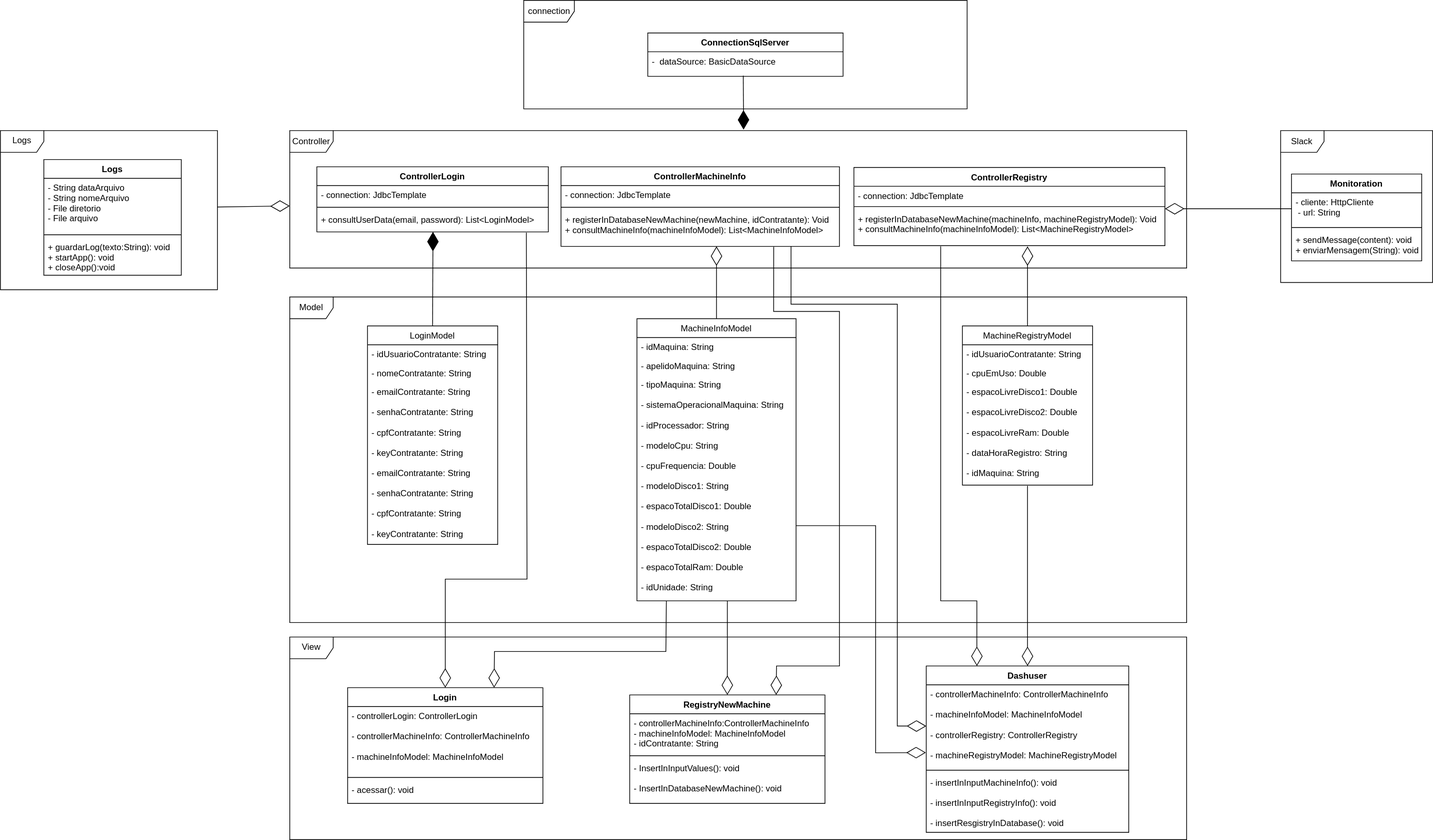
The draw.io diagram documentos/ferramentas/diagrama-de-classes-cycle-java-application.svg in eliasnachle/cycle, before a commit. Source tidied: cells renumbered, new cells last; positions are measured from the earlier drawing's top-left corner, leaving out a move shared by most shapes.
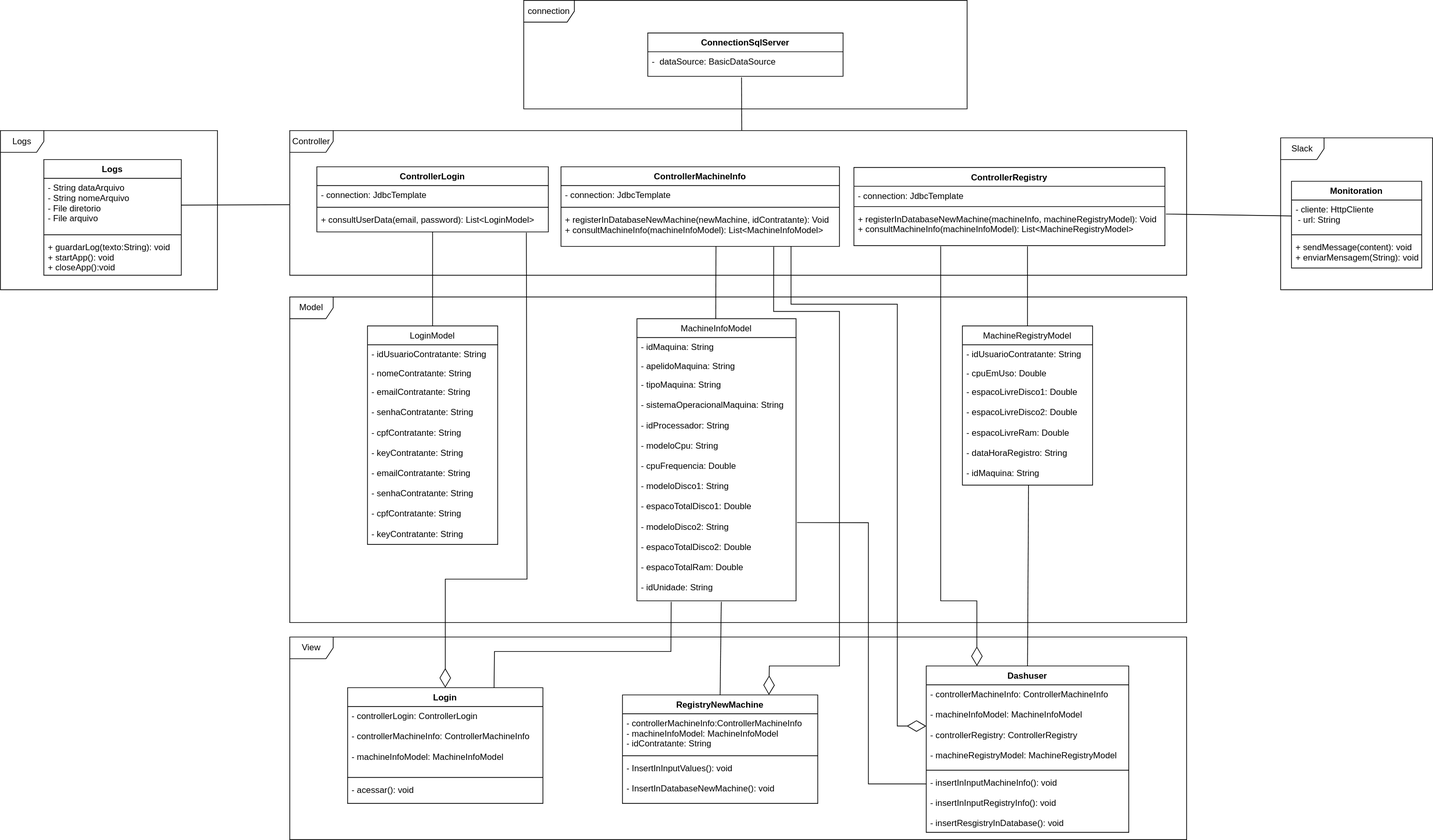
The same diagram one commit later.

What changed in the source:
```diff
@@ -3,7 +3,7 @@
     <mxCell id="0" />
     <mxCell id="1" parent="0" />
     <mxCell id="2" value="Controller" style="shape=umlFrame;whiteSpace=wrap;html=1;" parent="1" vertex="1">
-      <mxGeometry x="400" y="180" width="1240" height="190" as="geometry" />
+      <mxGeometry x="400" y="180" width="1240" height="200" as="geometry" />
     </mxCell>
     <mxCell id="3" value="Model" style="shape=umlFrame;whiteSpace=wrap;html=1;" parent="1" vertex="1">
       <mxGeometry x="400" y="410" width="1240" height="450" as="geometry" />
@@ -11,9 +11,9 @@
     <mxCell id="4" value="LoginModel" style="swimlane;fontStyle=0;horizontal=1;startSize=26;fillColor=none;" parent="1" vertex="1">
       <mxGeometry x="507.5" y="450" width="180" height="302" as="geometry" />
     </mxCell>
-    <mxCell id="5" value="- idUsuarioContratante: String" style="text;strokeColor=none;fillColor=none;align=left;verticalAlign=top;spacingLeft=4;spacingRight=4;overflow=hidden;" parent="4" vertex="1">
-      <mxGeometry y="26" width="180" height="26" as="geometry" />
-    </mxCell>
+    <mxCell id="69" value="- idUsuarioContratante: String" style="text;strokeColor=none;fillColor=none;align=left;verticalAlign=top;spacingLeft=4;spacingRight=4;overflow=hidden;" parent="4" vertex="1">
+      <mxGeometry y="26" width="180" height="26" as="geometry" />
+    </mxCell>
     <mxCell id="6" value="- nomeContratante: String" style="text;strokeColor=none;fillColor=none;align=left;verticalAlign=top;spacingLeft=4;spacingRight=4;overflow=hidden;" parent="4" vertex="1">
       <mxGeometry y="52" width="180" height="26" as="geometry" />
     </mxCell>
@@ -38,9 +38,9 @@
     <mxCell id="13" value="MachineRegistryModel" style="swimlane;fontStyle=0;horizontal=1;startSize=26;fillColor=none;" parent="1" vertex="1">
       <mxGeometry x="1330" y="450" width="180" height="220" as="geometry" />
     </mxCell>
-    <mxCell id="14" value="- idUsuarioContratante: String" style="text;strokeColor=none;fillColor=none;align=left;verticalAlign=top;spacingLeft=4;spacingRight=4;overflow=hidden;" parent="13" vertex="1">
-      <mxGeometry y="26" width="180" height="26" as="geometry" />
-    </mxCell>
+    <mxCell id="70" value="- idUsuarioContratante: String" style="text;strokeColor=none;fillColor=none;align=left;verticalAlign=top;spacingLeft=4;spacingRight=4;overflow=hidden;" parent="13" vertex="1">
+      <mxGeometry y="26" width="180" height="26" as="geometry" />
+    </mxCell>
     <mxCell id="15" value="- cpuEmUso: Double" style="text;strokeColor=none;fillColor=none;align=left;verticalAlign=top;spacingLeft=4;spacingRight=4;overflow=hidden;" parent="13" vertex="1">
       <mxGeometry y="52" width="180" height="26" as="geometry" />
     </mxCell>
@@ -99,7 +99,7 @@
       <mxGeometry y="128" width="270" height="32" as="geometry" />
     </mxCell>
     <mxCell id="34" value="RegistryNewMachine" style="swimlane;fontStyle=1;align=center;verticalAlign=top;horizontal=1;startSize=26;" parent="1" vertex="1">
-      <mxGeometry x="870" y="960" width="270" height="150" as="geometry" />
+      <mxGeometry x="860" y="960" width="270" height="150" as="geometry" />
     </mxCell>
     <mxCell id="35" value="- controllerMachineInfo:ControllerMachineInfo &#10;- machineInfoModel: MachineInfoModel &#10;- idContratante: String " style="text;strokeColor=none;fillColor=none;align=left;verticalAlign=top;spacingLeft=4;spacingRight=4;overflow=hidden;" parent="34" vertex="1">
       <mxGeometry y="26" width="270" height="54" as="geometry" />
@@ -132,10 +132,10 @@
       <mxGeometry y="26" width="270" height="34" as="geometry" />
     </mxCell>
     <mxCell id="45" value="Slack" style="shape=umlFrame;whiteSpace=wrap;html=1;" parent="1" vertex="1">
-      <mxGeometry x="1770" y="180" width="210" height="210" as="geometry" />
+      <mxGeometry x="1770" y="190" width="210" height="210" as="geometry" />
     </mxCell>
     <mxCell id="46" value="Monitoration" style="swimlane;fontStyle=1;align=center;verticalAlign=top;horizontal=1;startSize=26;" parent="1" vertex="1">
-      <mxGeometry x="1785" y="240" width="180" height="120" as="geometry" />
+      <mxGeometry x="1785" y="250" width="180" height="120" as="geometry" />
     </mxCell>
     <mxCell id="47" value="- cliente: HttpCliente&#10; - url: String" style="text;strokeColor=none;fillColor=none;align=left;verticalAlign=top;spacingLeft=4;spacingRight=4;overflow=hidden;points=[[0,0.5],[1,0.5]];portConstraint=eastwest;" parent="46" vertex="1">
       <mxGeometry y="26" width="180" height="44" as="geometry" />
@@ -146,19 +146,6 @@
     <mxCell id="49" value="+ sendMessage(content): void&#10;+ enviarMensagem(String): void " style="text;strokeColor=none;fillColor=none;align=left;verticalAlign=top;spacingLeft=4;spacingRight=4;overflow=hidden;" parent="46" vertex="1">
       <mxGeometry y="78" width="180" height="42" as="geometry" />
     </mxCell>
-    <mxCell id="50" style="endArrow=diamondThin;endFill=1;endSize=24;html=1;rounded=0;exitX=0.5;exitY=0;exitDx=0;exitDy=0;" parent="1" edge="1" source="4">
-      <mxGeometry relative="1" as="geometry">
-        <mxPoint x="598" y="320" as="targetPoint" />
-      </mxGeometry>
-    </mxCell>
-    <mxCell id="51" style="endArrow=diamondThin;endFill=1;endSize=24;html=1;rounded=0;exitX=0.489;exitY=0.973;exitDx=0;exitDy=0;exitPerimeter=0;entryX=0.506;entryY=-0.007;entryDx=0;entryDy=0;entryPerimeter=0;" parent="1" edge="1" source="44" target="2">
-      <mxGeometry relative="1" as="geometry" />
-    </mxCell>
-    <mxCell id="52" style="endArrow=diamondThin;endFill=0;endSize=24;html=1;rounded=0;exitX=0;exitY=0.5;exitDx=0;exitDy=0;" parent="1" edge="1" source="47">
-      <mxGeometry relative="1" as="geometry">
-        <mxPoint x="1610" y="288" as="targetPoint" />
-      </mxGeometry>
-    </mxCell>
     <mxCell id="53" value="Logs" style="shape=umlFrame;whiteSpace=wrap;html=1;" parent="1" vertex="1">
       <mxGeometry y="180" width="300" height="220" as="geometry" />
     </mxCell>
@@ -174,19 +161,6 @@
     <mxCell id="57" value="+ guardarLog(texto:String): void&#10;+ startApp(): void&#10;+ closeApp():void" style="text;strokeColor=none;fillColor=none;align=left;verticalAlign=top;spacingLeft=4;spacingRight=4;overflow=hidden;" parent="54" vertex="1">
       <mxGeometry y="108" width="190" height="52" as="geometry" />
     </mxCell>
-    <mxCell id="58" style="endArrow=diamondThin;endFill=0;endSize=24;html=1;rounded=0;exitX=1;exitY=0.48;exitDx=0;exitDy=0;exitPerimeter=0;" parent="1" edge="1" source="53" target="2">
-      <mxGeometry relative="1" as="geometry" />
-    </mxCell>
-    <mxCell id="59" style="endArrow=diamondThin;endFill=0;endSize=24;html=1;rounded=0;exitX=0.5;exitY=0;exitDx=0;exitDy=0;" parent="1" edge="1" source="9">
-      <mxGeometry relative="1" as="geometry">
-        <mxPoint x="990" y="340" as="targetPoint" />
-      </mxGeometry>
-    </mxCell>
-    <mxCell id="60" style="endArrow=diamondThin;endFill=0;endSize=24;html=1;rounded=0;exitX=0.5;exitY=0;exitDx=0;exitDy=0;" parent="1" edge="1" source="13">
-      <mxGeometry relative="1" as="geometry">
-        <mxPoint x="1420" y="340" as="targetPoint" />
-      </mxGeometry>
-    </mxCell>
     <mxCell id="61" style="endArrow=diamondThin;endFill=0;endSize=24;html=1;rounded=0;entryX=0.5;entryY=0;entryDx=0;entryDy=0;exitX=0.905;exitY=1.033;exitDx=0;exitDy=0;exitPerimeter=0;" parent="1" edge="1" source="20" target="30">
       <mxGeometry relative="1" as="geometry">
         <Array as="points">
@@ -195,38 +169,16 @@
         </Array>
       </mxGeometry>
     </mxCell>
-    <mxCell id="62" style="endArrow=diamondThin;endFill=0;endSize=24;html=1;rounded=0;entryX=0.75;entryY=0;entryDx=0;entryDy=0;exitX=0.185;exitY=1.001;exitDx=0;exitDy=0;exitPerimeter=0;" parent="1" edge="1" source="12" target="30">
-      <mxGeometry relative="1" as="geometry">
-        <Array as="points">
-          <mxPoint x="920" y="900" />
-          <mxPoint x="683" y="900" />
-        </Array>
-      </mxGeometry>
-    </mxCell>
-    <mxCell id="63" style="endArrow=diamondThin;endFill=0;endSize=24;html=1;rounded=0;entryX=0.5;entryY=0;entryDx=0;entryDy=0;" parent="1" edge="1" target="34">
-      <mxGeometry relative="1" as="geometry">
-        <mxPoint x="1005" y="830" as="sourcePoint" />
-      </mxGeometry>
-    </mxCell>
     <mxCell id="64" style="endArrow=diamondThin;endFill=0;endSize=24;html=1;rounded=0;exitX=0.764;exitY=1.012;exitDx=0;exitDy=0;exitPerimeter=0;entryX=0.75;entryY=0;entryDx=0;entryDy=0;" parent="1" edge="1" source="24" target="34">
       <mxGeometry relative="1" as="geometry">
         <Array as="points">
           <mxPoint x="1069" y="430" />
           <mxPoint x="1160" y="430" />
           <mxPoint x="1160" y="920" />
-          <mxPoint x="1073" y="920" />
+          <mxPoint x="1063" y="920" />
         </Array>
       </mxGeometry>
     </mxCell>
-    <mxCell id="65" style="endArrow=diamondThin;endFill=0;endSize=24;html=1;rounded=0;entryX=-0.002;entryY=0.822;entryDx=0;entryDy=0;entryPerimeter=0;" parent="1" edge="1" target="39">
-      <mxGeometry relative="1" as="geometry">
-        <mxPoint x="1100" y="726" as="sourcePoint" />
-        <Array as="points">
-          <mxPoint x="1210" y="726" />
-          <mxPoint x="1210" y="1040" />
-        </Array>
-      </mxGeometry>
-    </mxCell>
     <mxCell id="66" style="endArrow=diamondThin;endFill=0;endSize=24;html=1;rounded=0;exitX=0.826;exitY=0.994;exitDx=0;exitDy=0;exitPerimeter=0;entryX=0;entryY=0.5;entryDx=0;entryDy=0;" parent="1" edge="1" source="24" target="39">
       <mxGeometry relative="1" as="geometry">
         <Array as="points">
@@ -236,19 +188,60 @@
         </Array>
       </mxGeometry>
     </mxCell>
-    <mxCell id="67" style="endArrow=diamondThin;endFill=0;endSize=24;html=1;rounded=0;entryX=0.25;entryY=0;entryDx=0;entryDy=0;" parent="1" edge="1" target="38">
-      <mxGeometry relative="1" as="geometry">
-        <mxPoint x="1300" y="340" as="sourcePoint" />
-        <Array as="points">
-          <mxPoint x="1300" y="830" />
-          <mxPoint x="1350" y="830" />
-        </Array>
-      </mxGeometry>
-    </mxCell>
-    <mxCell id="68" style="endArrow=diamondThin;endFill=0;endSize=24;html=1;rounded=0;entryX=0.5;entryY=0;entryDx=0;entryDy=0;" parent="1" edge="1" target="38">
-      <mxGeometry relative="1" as="geometry">
-        <mxPoint x="1420" y="671" as="sourcePoint" />
-      </mxGeometry>
-    </mxCell>
+    <mxCell id="71" style="endArrow=diamondThin;endFill=0;endSize=24;html=1;rounded=0;entryX=0.25;entryY=0;entryDx=0;entryDy=0;" parent="1" edge="1" target="38">
+      <mxGeometry relative="1" as="geometry">
+        <mxPoint x="1300" y="340" as="sourcePoint" />
+        <Array as="points">
+          <mxPoint x="1300" y="830" />
+          <mxPoint x="1350" y="830" />
+        </Array>
+      </mxGeometry>
+    </mxCell>
+    <mxCell id="72" style="endArrow=none;html=1;rounded=0;exitX=0.5;exitY=0;exitDx=0;exitDy=0;entryX=0.5;entryY=1;entryDx=0;entryDy=0;entryPerimeter=0;" parent="1" edge="1" source="4" target="20">
+      <mxGeometry relative="1" as="geometry" />
+    </mxCell>
+    <mxCell id="73" style="endArrow=none;html=1;rounded=0;entryX=0.5;entryY=1;entryDx=0;entryDy=0;entryPerimeter=0;" parent="1" edge="1">
+      <mxGeometry relative="1" as="geometry">
+        <mxPoint x="989" y="440" as="sourcePoint" />
+        <mxPoint x="989.3" y="340" as="targetPoint" />
+      </mxGeometry>
+    </mxCell>
+    <mxCell id="74" style="endArrow=none;html=1;rounded=0;exitX=0.5;exitY=0;exitDx=0;exitDy=0;" parent="1" edge="1" source="13">
+      <mxGeometry relative="1" as="geometry">
+        <mxPoint x="1420" y="340" as="targetPoint" />
+      </mxGeometry>
+    </mxCell>
+    <mxCell id="75" style="endArrow=none;html=1;rounded=0;entryX=0;entryY=0.5;entryDx=0;entryDy=0;exitX=1.003;exitY=0.127;exitDx=0;exitDy=0;exitPerimeter=0;" parent="1" edge="1" source="28" target="47">
+      <mxGeometry relative="1" as="geometry" />
+    </mxCell>
+    <mxCell id="76" style="endArrow=none;html=1;rounded=0;exitX=1;exitY=0.5;exitDx=0;exitDy=0;" parent="1" edge="1" source="55" target="2">
+      <mxGeometry relative="1" as="geometry" />
+    </mxCell>
+    <mxCell id="77" style="endArrow=none;html=1;rounded=0;exitX=0.504;exitY=0;exitDx=0;exitDy=0;exitPerimeter=0;entryX=0.48;entryY=1.042;entryDx=0;entryDy=0;entryPerimeter=0;" parent="1" edge="1" source="2" target="44">
+      <mxGeometry relative="1" as="geometry" />
+    </mxCell>
+    <mxCell id="78" style="endArrow=none;html=1;rounded=0;entryX=1.006;entryY=0.653;entryDx=0;entryDy=0;entryPerimeter=0;" parent="1" edge="1" target="12">
+      <mxGeometry relative="1" as="geometry">
+        <mxPoint x="1280" y="1083" as="sourcePoint" />
+        <Array as="points">
+          <mxPoint x="1200" y="1083" />
+          <mxPoint x="1200" y="722" />
+        </Array>
+      </mxGeometry>
+    </mxCell>
+    <mxCell id="79" style="endArrow=none;html=1;rounded=0;entryX=0.53;entryY=1.004;entryDx=0;entryDy=0;entryPerimeter=0;exitX=0.5;exitY=0;exitDx=0;exitDy=0;" parent="1" edge="1" source="34" target="12">
+      <mxGeometry relative="1" as="geometry" />
+    </mxCell>
+    <mxCell id="80" style="endArrow=none;html=1;rounded=0;exitX=0.75;exitY=0;exitDx=0;exitDy=0;entryX=0.215;entryY=1.004;entryDx=0;entryDy=0;entryPerimeter=0;" parent="1" edge="1" source="30" target="12">
+      <mxGeometry relative="1" as="geometry">
+        <Array as="points">
+          <mxPoint x="683" y="900" />
+          <mxPoint x="927" y="900" />
+        </Array>
+      </mxGeometry>
+    </mxCell>
+    <mxCell id="81" style="endArrow=none;html=1;rounded=0;entryX=0.508;entryY=1;entryDx=0;entryDy=0;entryPerimeter=0;exitX=0.5;exitY=0;exitDx=0;exitDy=0;" parent="1" edge="1" source="38" target="16">
+      <mxGeometry relative="1" as="geometry" />
+    </mxCell>
   </root>
 </mxGraphModel>
```
